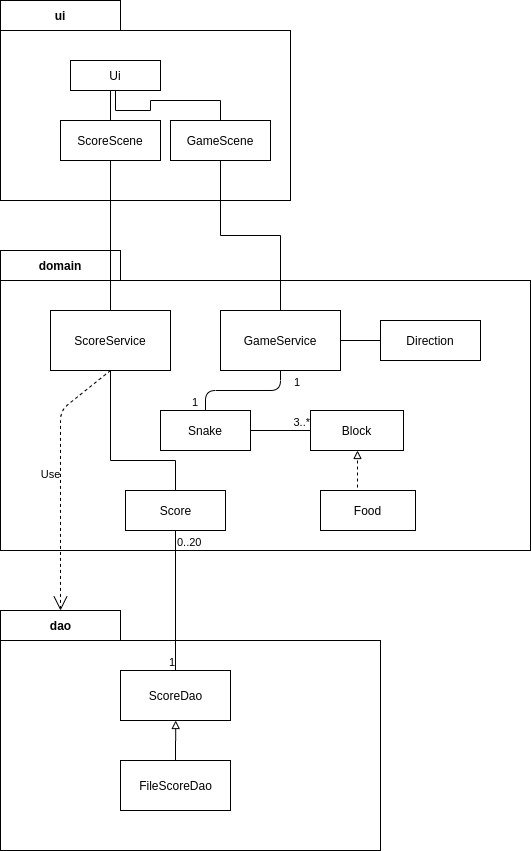
This is dokumentaatio/kuvat/package.png from anadis504/ot-harjoitustyo, a draw.io export, as it was before one commit. Source tidied: cells renumbered, new cells last; positions are measured from the earlier drawing's top-left corner, leaving out a move shared by most shapes.
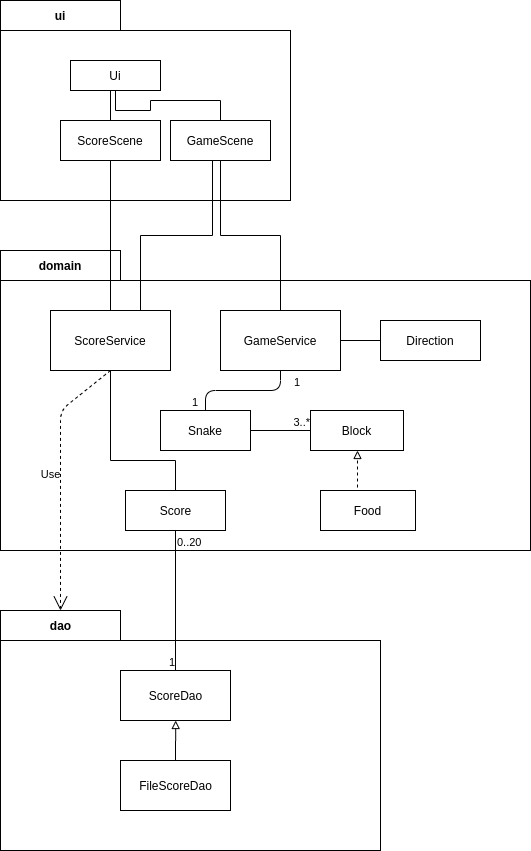
The same diagram one commit later.

Change to the diagram source:
```diff
@@ -60,6 +60,15 @@
     <mxCell id="19" style="edgeStyle=orthogonalEdgeStyle;rounded=0;jettySize=auto;html=1;exitX=0.5;exitY=0;exitDx=0;exitDy=0;endArrow=none;endFill=0;" parent="1" edge="1" source="20" target="8">
       <mxGeometry relative="1" as="geometry" />
     </mxCell>
+    <mxCell id="38" style="edgeStyle=orthogonalEdgeStyle;rounded=0;jettySize=auto;html=1;exitX=0.5;exitY=0;exitDx=0;exitDy=0;endArrow=none;endFill=0;" parent="1" edge="1" source="20" target="7">
+      <mxGeometry relative="1" as="geometry">
+        <Array as="points">
+          <mxPoint x="140" y="310" />
+          <mxPoint x="140" y="235" />
+          <mxPoint x="212" y="235" />
+        </Array>
+      </mxGeometry>
+    </mxCell>
     <mxCell id="20" value="ScoreService" style="rounded=0;whiteSpace=wrap;html=1;" parent="1" vertex="1">
       <mxGeometry x="50" y="310" width="120" height="60" as="geometry" />
     </mxCell>
```
